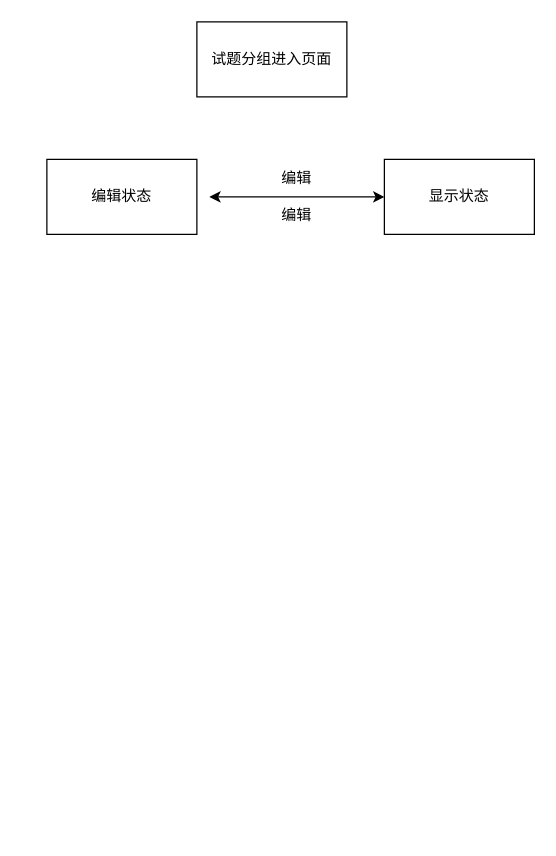
Above: 试题分组-学情编辑.drawio in cychenyao/test (draw.io), before the change. Source tidied: cells renumbered, new cells numbered last; positions are measured from the earlier drawing's top-left corner, leaving out a move shared by most shapes. Both pictures are drawn from the tidied source at 125%, with x=0, y=0 at pixel (46, 21).
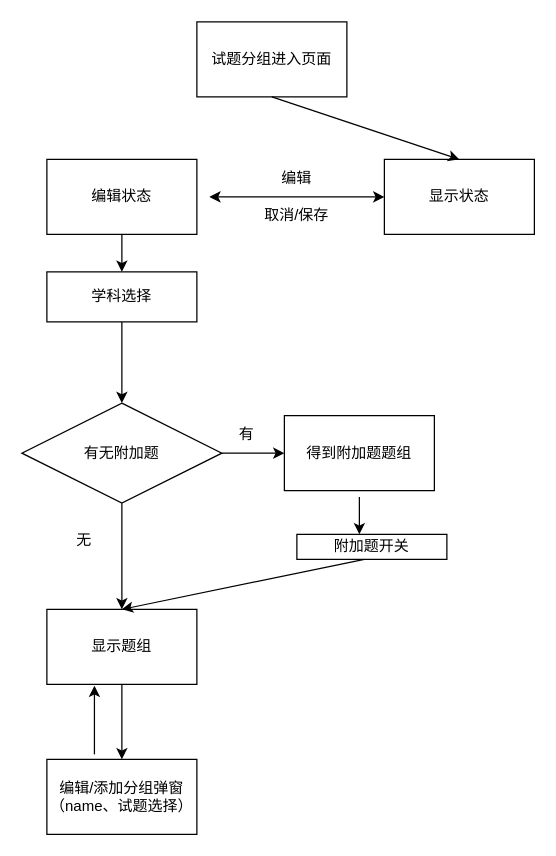
Above is the later version.

Commit message:
更新试题分组-学情编辑.drawio

Unchanged cells that the change refers to:
```xml
<mxCell id="2" value="试题分组进入页面" style="rounded=0;whiteSpace=wrap;html=1;" parent="1" vertex="1">
  <mxGeometry x="120" width="120" height="60" as="geometry" />
</mxCell>
<mxCell id="3" value="编辑状态" style="rounded=0;whiteSpace=wrap;html=1;" parent="1" vertex="1">
  <mxGeometry y="110" width="120" height="60" as="geometry" />
</mxCell>
<mxCell id="4" value="显示状态" style="rounded=0;whiteSpace=wrap;html=1;" parent="1" vertex="1">
  <mxGeometry x="270" y="110" width="120" height="60" as="geometry" />
</mxCell>
```

What changed in the source:
```diff
@@
-    <mxCell id="7" value="编辑" style="text;html=1;whiteSpace=wrap;strokeColor=none;fillColor=none;align=center;verticalAlign=middle;rounded=0;" parent="1" vertex="1">
+    <mxCell id="7" value="取消/保存" style="text;html=1;whiteSpace=wrap;strokeColor=none;fillColor=none;align=center;verticalAlign=middle;rounded=0;" parent="1" vertex="1">
       <mxGeometry x="170" y="140" width="60" height="30" as="geometry" />
     </mxCell>
+    <mxCell id="8" style="endArrow=classic;html=1;rounded=0;exitX=0.5;exitY=1;exitDx=0;exitDy=0;entryX=0.5;entryY=0;entryDx=0;entryDy=0;" parent="1" edge="1" source="2" target="4">
+      <mxGeometry relative="1" as="geometry" />
+    </mxCell>
+    <mxCell id="9" value="学科选择" style="rounded=0;whiteSpace=wrap;html=1;" parent="1" vertex="1">
+      <mxGeometry y="200" width="120" height="40" as="geometry" />
+    </mxCell>
+    <mxCell id="10" style="endArrow=classic;html=1;rounded=0;exitX=0.5;exitY=1;exitDx=0;exitDy=0;entryX=0.5;entryY=0;entryDx=0;entryDy=0;" parent="1" edge="1" source="3" target="9">
+      <mxGeometry relative="1" as="geometry" />
+    </mxCell>
+    <mxCell id="11" style="endArrow=classic;html=1;rounded=0;exitX=0.5;exitY=1;exitDx=0;exitDy=0;" parent="1" edge="1" source="9">
+      <mxGeometry relative="1" as="geometry">
+        <mxPoint x="60" y="305" as="targetPoint" />
+      </mxGeometry>
+    </mxCell>
+    <mxCell id="12" value="有无附加题" style="rhombus;whiteSpace=wrap;html=1;" parent="1" vertex="1">
+      <mxGeometry x="-20" y="305" width="160" height="80" as="geometry" />
+    </mxCell>
+    <mxCell id="13" style="endArrow=classic;html=1;rounded=0;exitX=0.5;exitY=1;exitDx=0;exitDy=0;" parent="1" edge="1" source="12">
+      <mxGeometry relative="1" as="geometry">
+        <mxPoint x="60" y="470" as="targetPoint" />
+      </mxGeometry>
+    </mxCell>
+    <mxCell id="14" value="无" style="text;html=1;whiteSpace=wrap;strokeColor=none;fillColor=none;align=center;verticalAlign=middle;rounded=0;" parent="1" vertex="1">
+      <mxGeometry y="400" width="60" height="30" as="geometry" />
+    </mxCell>
+    <mxCell id="15" value="显示题组" style="rounded=0;whiteSpace=wrap;html=1;" parent="1" vertex="1">
+      <mxGeometry y="470" width="120" height="60" as="geometry" />
+    </mxCell>
+    <mxCell id="16" style="endArrow=classic;html=1;rounded=0;exitX=1;exitY=0.5;exitDx=0;exitDy=0;entryX=1;entryY=1;entryDx=0;entryDy=0;" parent="1" edge="1" source="12" target="17">
+      <mxGeometry relative="1" as="geometry" />
+    </mxCell>
+    <mxCell id="17" value="有" style="text;html=1;whiteSpace=wrap;strokeColor=none;fillColor=none;align=center;verticalAlign=middle;rounded=0;" parent="1" vertex="1">
+      <mxGeometry x="130" y="315" width="60" height="30" as="geometry" />
+    </mxCell>
+    <mxCell id="18" value="得到附加题题组" style="rounded=0;whiteSpace=wrap;html=1;" parent="1" vertex="1">
+      <mxGeometry x="190" y="315" width="120" height="60" as="geometry" />
+    </mxCell>
+    <mxCell id="19" style="endArrow=classic;html=1;rounded=0;exitX=0.5;exitY=1;exitDx=0;exitDy=0;" parent="1" edge="1" source="15">
+      <mxGeometry relative="1" as="geometry">
+        <mxPoint x="60" y="590" as="targetPoint" />
+      </mxGeometry>
+    </mxCell>
+    <mxCell id="20" value="编辑/添加分组弹窗&lt;div&gt;（name、试题选择）&lt;/div&gt;" style="rounded=0;whiteSpace=wrap;html=1;" parent="1" vertex="1">
+      <mxGeometry y="590" width="120" height="60" as="geometry" />
+    </mxCell>
+    <mxCell id="21" style="endArrow=classic;html=1;rounded=0;" parent="1" edge="1">
+      <mxGeometry relative="1" as="geometry">
+        <mxPoint x="250" y="380" as="sourcePoint" />
+        <mxPoint x="250" y="410" as="targetPoint" />
+      </mxGeometry>
+    </mxCell>
+    <mxCell id="22" value="附加题开关" style="rounded=0;whiteSpace=wrap;html=1;" parent="1" vertex="1">
+      <mxGeometry x="200" y="410" width="120" height="20" as="geometry" />
+    </mxCell>
+    <mxCell id="23" style="endArrow=classic;html=1;rounded=0;exitX=0.45;exitY=1;exitDx=0;exitDy=0;exitPerimeter=0;entryX=0.5;entryY=0;entryDx=0;entryDy=0;" parent="1" edge="1" source="22" target="15">
+      <mxGeometry relative="1" as="geometry" />
+    </mxCell>
+    <mxCell id="24" style="endArrow=classic;html=1;rounded=0;exitX=0.317;exitY=-0.067;exitDx=0;exitDy=0;exitPerimeter=0;entryX=0.317;entryY=1.017;entryDx=0;entryDy=0;entryPerimeter=0;" parent="1" edge="1" source="20" target="15">
+      <mxGeometry relative="1" as="geometry" />
+    </mxCell>
```
